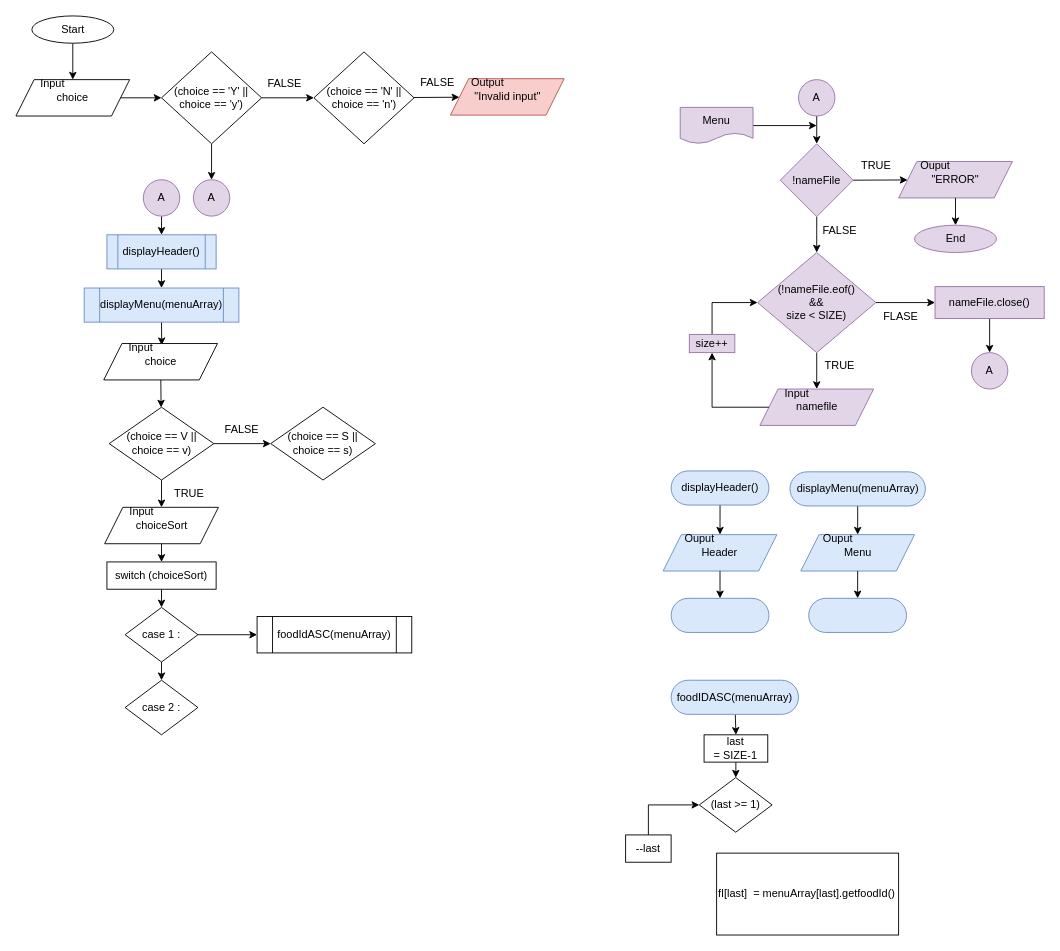
This is page "Page-2" (2 of 3) of Submission/sec02/Tupperware/classDiagram.drawio from jjn7702/SECJ2013-DSA, a draw.io file, before an edit. Source tidied: cells renumbered, new cells numbered last; positions are measured from the earlier drawing's top-left corner, leaving out a move shared by most shapes. Both pictures are drawn from the tidied source at 91%, with x=0, y=0 at pixel (15, 15).
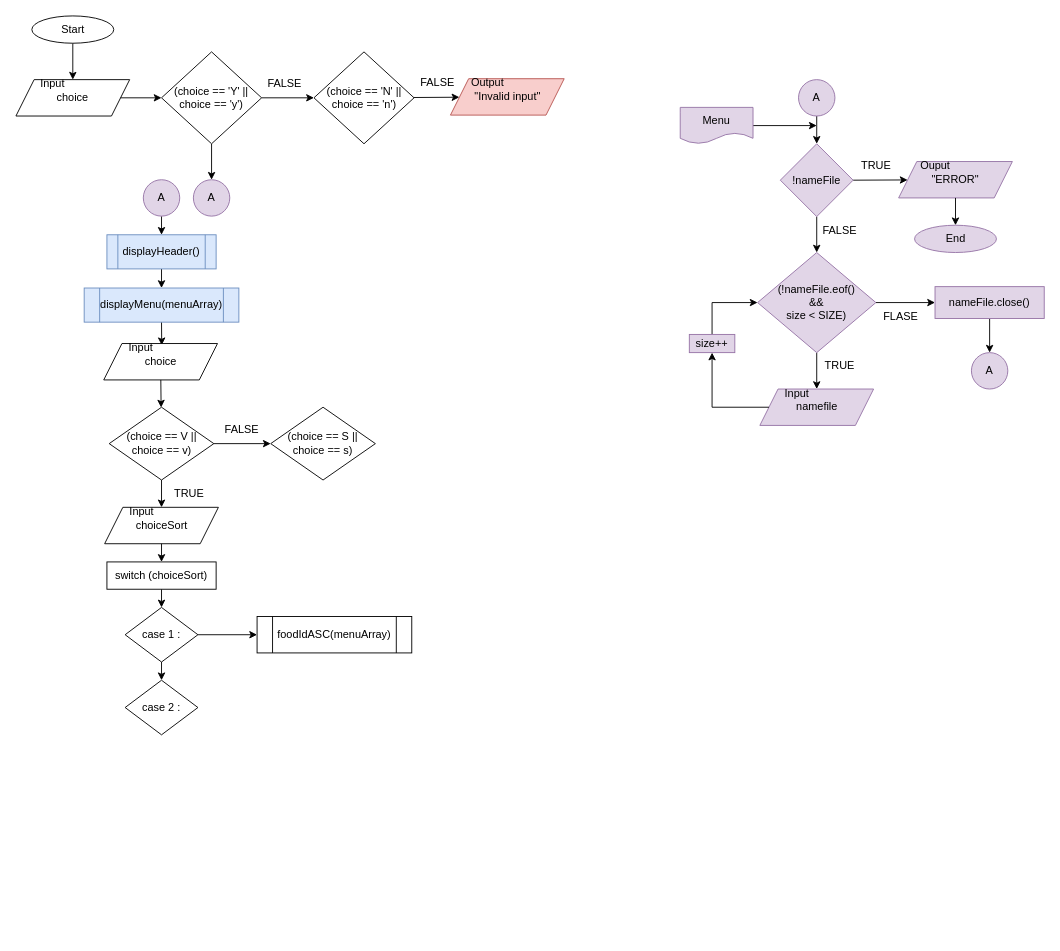
The same diagram, later.

What changed in the source:
```diff
@@
-    <mxCell id="53" style="edgeStyle=none;rounded=0;html=1;exitX=0.5;exitY=1;exitDx=0;exitDy=0;strokeColor=#000000;fontColor=#000000;" parent="1" edge="1" source="54" target="58">
-      <mxGeometry relative="1" as="geometry" />
-    </mxCell>
-    <mxCell id="54" value="displayHeader()" style="rounded=1;whiteSpace=wrap;html=1;glass=0;labelBackgroundColor=none;fillColor=#dae8fc;arcSize=50;strokeColor=#6c8ebf;" parent="1" vertex="1">
-      <mxGeometry x="720" y="500" width="107.5" height="37.5" as="geometry" />
-    </mxCell>
-    <mxCell id="55" style="edgeStyle=none;rounded=0;html=1;exitX=0.5;exitY=1;exitDx=0;exitDy=0;strokeColor=#000000;fontColor=#000000;" parent="1" edge="1" source="56" target="61">
-      <mxGeometry relative="1" as="geometry" />
-    </mxCell>
-    <mxCell id="56" value="displayMenu(menuArray)" style="rounded=1;whiteSpace=wrap;html=1;glass=0;labelBackgroundColor=none;fillColor=#dae8fc;arcSize=50;strokeColor=#6c8ebf;" parent="1" vertex="1">
-      <mxGeometry x="850.6" y="501" width="148.8" height="37.5" as="geometry" />
-    </mxCell>
-    <mxCell id="57" style="group;fillColor=none;strokeColor=none;" parent="1" vertex="1">
-      <mxGeometry x="711.2" y="560" width="125" height="50" as="geometry" />
-    </mxCell>
-    <mxCell id="58" value="Header" style="shape=parallelogram;perimeter=parallelogramPerimeter;whiteSpace=wrap;html=1;fixedSize=1;fillColor=#dae8fc;strokeColor=#6c8ebf;" parent="57" vertex="1">
-      <mxGeometry y="10" width="125" height="40" as="geometry" />
-    </mxCell>
-    <mxCell id="59" value="Ouput" style="text;html=1;align=center;verticalAlign=middle;strokeColor=none;fillColor=none;" parent="57" vertex="1">
-      <mxGeometry x="10" width="60" height="30" as="geometry" />
-    </mxCell>
-    <mxCell id="60" style="group;fillColor=none;strokeColor=none;" parent="1" vertex="1">
-      <mxGeometry x="862.5" y="560" width="125" height="50" as="geometry" />
-    </mxCell>
-    <mxCell id="61" value="Menu" style="shape=parallelogram;perimeter=parallelogramPerimeter;whiteSpace=wrap;html=1;fixedSize=1;fillColor=#dae8fc;strokeColor=#6c8ebf;" parent="60" vertex="1">
-      <mxGeometry y="10" width="125" height="40" as="geometry" />
-    </mxCell>
-    <mxCell id="62" value="Ouput" style="text;html=1;align=center;verticalAlign=middle;strokeColor=none;fillColor=none;" parent="60" vertex="1">
-      <mxGeometry x="10" width="60" height="30" as="geometry" />
-    </mxCell>
-    <mxCell id="63" style="rounded=1;whiteSpace=wrap;html=1;glass=0;labelBackgroundColor=none;fillColor=#dae8fc;arcSize=50;strokeColor=#6c8ebf;" parent="1" vertex="1">
-      <mxGeometry x="871.2" y="640" width="107.5" height="37.5" as="geometry" />
-    </mxCell>
-    <mxCell id="64" style="edgeStyle=none;rounded=0;html=1;strokeColor=#000000;fontColor=#000000;" parent="1" edge="1" source="61" target="63">
-      <mxGeometry relative="1" as="geometry" />
-    </mxCell>
-    <mxCell id="65" style="rounded=1;whiteSpace=wrap;html=1;glass=0;labelBackgroundColor=none;fillColor=#dae8fc;arcSize=50;strokeColor=#6c8ebf;" parent="1" vertex="1">
-      <mxGeometry x="720" y="640" width="107.5" height="37.5" as="geometry" />
-    </mxCell>
-    <mxCell id="66" style="edgeStyle=none;rounded=0;html=1;strokeColor=#000000;fontColor=#000000;" parent="1" edge="1" source="58" target="65">
-      <mxGeometry relative="1" as="geometry" />
-    </mxCell>
@@
-    <mxCell id="88" style="edgeStyle=none;html=1;entryX=0.5;entryY=0;entryDx=0;entryDy=0;" parent="1" edge="1" source="89" target="92">
-      <mxGeometry relative="1" as="geometry" />
-    </mxCell>
-    <mxCell id="89" value="foodIDASC(menuArray)" style="rounded=1;whiteSpace=wrap;html=1;glass=0;labelBackgroundColor=none;fillColor=#dae8fc;arcSize=50;strokeColor=#6c8ebf;" parent="1" vertex="1">
-      <mxGeometry x="720" y="730" width="140" height="37.5" as="geometry" />
-    </mxCell>
-    <mxCell id="90" value="(last &amp;gt;= 1)" style="rhombus;whiteSpace=wrap;html=1;" parent="1" vertex="1">
-      <mxGeometry x="751" y="837" width="80" height="60" as="geometry" />
-    </mxCell>
-    <mxCell id="91" style="edgeStyle=none;html=1;" parent="1" edge="1" source="92" target="90">
-      <mxGeometry relative="1" as="geometry" />
-    </mxCell>
-    <mxCell id="92" value="last &lt;br&gt;= SIZE-1" style="whiteSpace=wrap;html=1;" parent="1" vertex="1">
-      <mxGeometry x="756.2" y="790" width="70" height="30" as="geometry" />
-    </mxCell>
-    <mxCell id="93" style="edgeStyle=none;html=1;entryX=0;entryY=0.5;entryDx=0;entryDy=0;rounded=0;" parent="1" edge="1" source="94" target="90">
-      <mxGeometry relative="1" as="geometry">
-        <Array as="points">
-          <mxPoint x="695" y="867" />
-        </Array>
-      </mxGeometry>
-    </mxCell>
-    <mxCell id="94" value="--last" style="whiteSpace=wrap;html=1;" parent="1" vertex="1">
-      <mxGeometry x="670" y="900" width="50" height="30" as="geometry" />
-    </mxCell>
-    <mxCell id="95" value="fI[last]&amp;nbsp; = menuArray[last].getfoodId()" style="whiteSpace=wrap;html=1;align=left;" parent="1" vertex="1">
-      <mxGeometry x="770" y="920" width="200" height="90" as="geometry" />
-    </mxCell>
```
